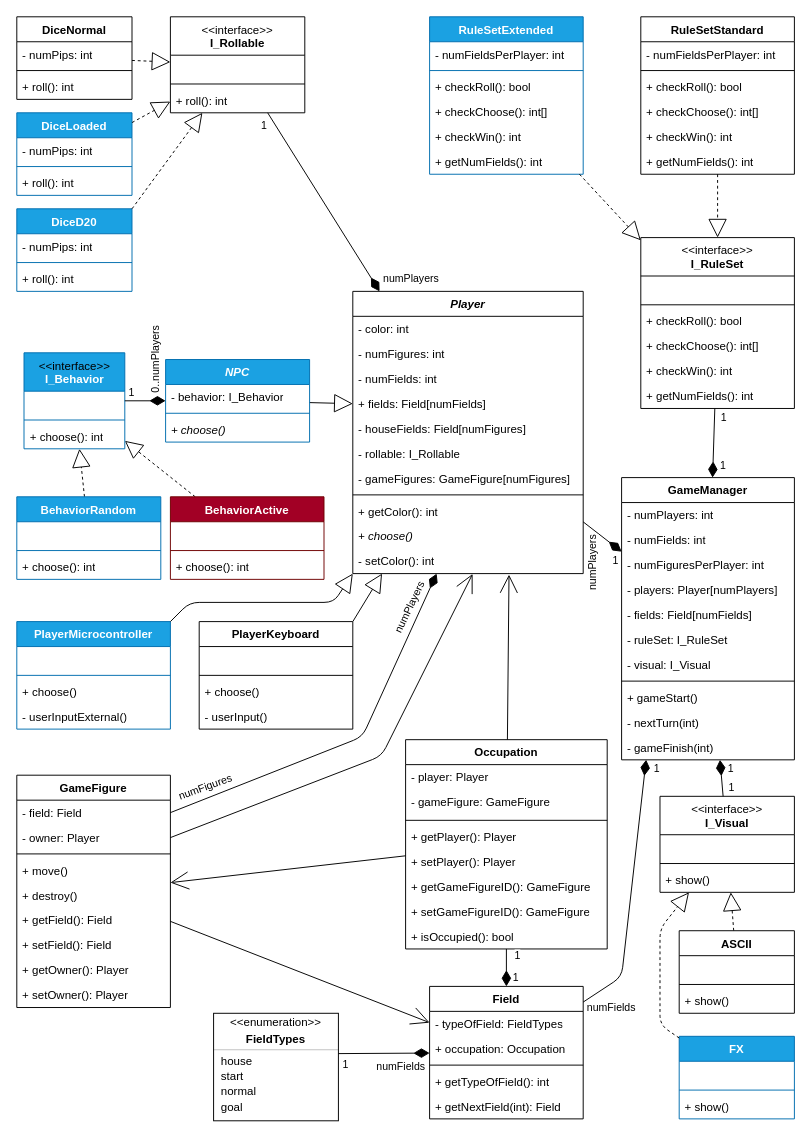
Chrisdroid8/EmbeddedSystems keeps this draw.io diagram as page "Seite-1" (1 of 2) of Rothe/diagramme/KlassendiagrammUML.drawio. Above is the earlier version. Source tidied: cells renumbered, new cells numbered last; positions are measured from the earlier drawing's top-left corner, leaving out a move shared by most shapes. Both pictures are drawn from the tidied source at 96%, with x=0, y=0 at pixel (16, 16).
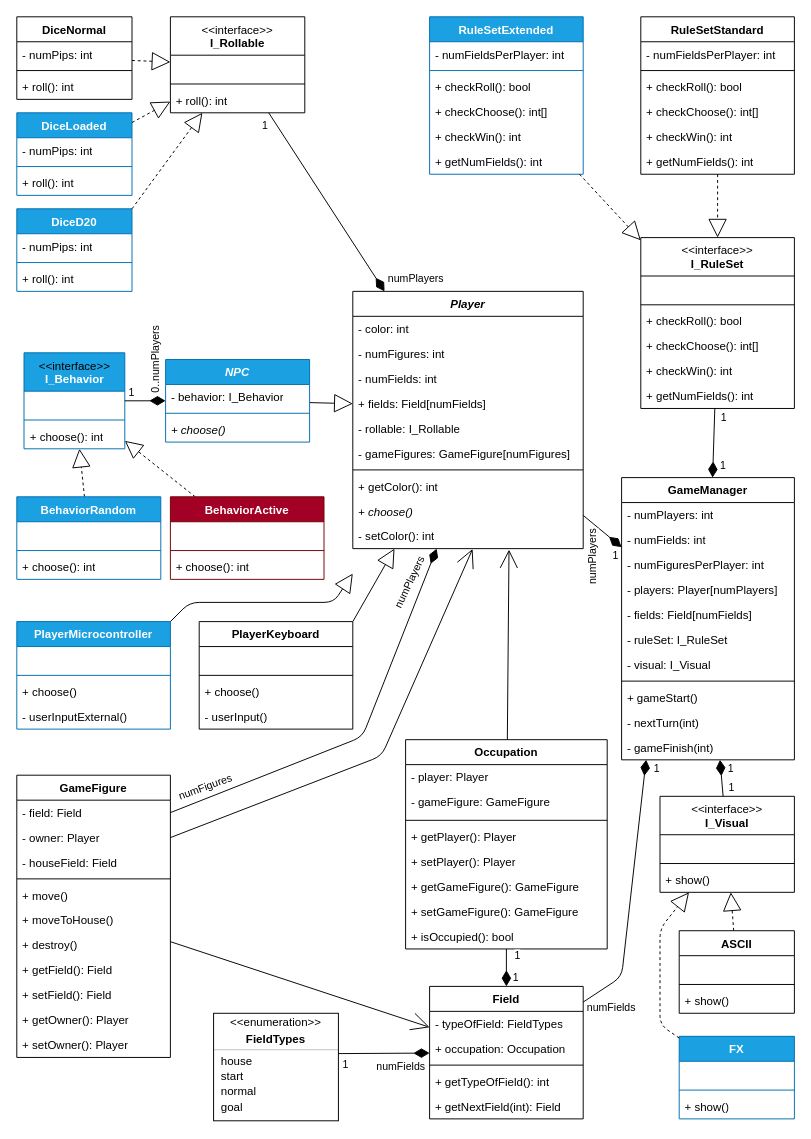
The same page after the edit.

Unchanged cells that the change refers to:
```xml
<mxCell id="106" value="Occupation" style="swimlane;fontStyle=1;align=center;verticalAlign=top;horizontal=1;startSize=26;whiteSpace=wrap;html=1;" parent="1" vertex="1">
  <mxGeometry x="405" y="753" width="210" height="218" as="geometry" />
</mxCell>
```

Change to the diagram source:
```diff
@@
     <mxCell id="6" value="&lt;i&gt;Player&lt;/i&gt;" style="swimlane;fontStyle=1;align=center;verticalAlign=top;horizontal=1;startSize=26;whiteSpace=wrap;html=1;swimlaneLine=1;glass=0;swimlaneFillColor=none;rounded=0;" parent="1" vertex="1">
-      <mxGeometry x="350" y="286" width="240" height="294" as="geometry" />
+      <mxGeometry x="350" y="286" width="240" height="268" as="geometry" />
     </mxCell>
@@
-    <mxCell id="11" value="- houseFields: Field[numFigures]" style="text;strokeColor=none;fillColor=none;align=left;verticalAlign=top;spacingLeft=4;spacingRight=4;overflow=hidden;whiteSpace=wrap;html=1;rounded=0;" parent="6" vertex="1">
-      <mxGeometry y="130" width="240" height="26" as="geometry" />
-    </mxCell>
     <mxCell id="12" value="- rollable: I_Rollable" style="text;strokeColor=none;fillColor=none;align=left;verticalAlign=top;spacingLeft=4;spacingRight=4;overflow=hidden;whiteSpace=wrap;html=1;rounded=0;" parent="6" vertex="1">
-      <mxGeometry y="156" width="240" height="26" as="geometry" />
+      <mxGeometry y="130" width="240" height="26" as="geometry" />
     </mxCell>
     <mxCell id="13" value="- gameFigures: GameFigure[numFigures]" style="text;strokeColor=none;fillColor=none;align=left;verticalAlign=top;spacingLeft=4;spacingRight=4;overflow=hidden;whiteSpace=wrap;html=1;rounded=0;" parent="6" vertex="1">
-      <mxGeometry y="182" width="240" height="26" as="geometry" />
+      <mxGeometry y="156" width="240" height="26" as="geometry" />
     </mxCell>
     <mxCell id="14" style="line;strokeWidth=1;fillColor=none;align=left;verticalAlign=middle;spacingTop=-1;spacingLeft=3;spacingRight=3;labelPosition=right;strokeColor=inherit;rounded=0;" parent="6" vertex="1">
-      <mxGeometry y="208" width="240" height="8" as="geometry" />
+      <mxGeometry y="182" width="240" height="8" as="geometry" />
     </mxCell>
     <mxCell id="15" value="+ getColor(): int" style="text;strokeColor=none;fillColor=none;align=left;verticalAlign=top;spacingLeft=4;spacingRight=4;overflow=hidden;whiteSpace=wrap;html=1;rounded=0;" parent="6" vertex="1">
-      <mxGeometry y="216" width="240" height="26" as="geometry" />
+      <mxGeometry y="190" width="240" height="26" as="geometry" />
     </mxCell>
     <mxCell id="16" value="&lt;i&gt;+ choose()&lt;/i&gt;" style="text;strokeColor=none;fillColor=none;align=left;verticalAlign=top;spacingLeft=4;spacingRight=4;overflow=hidden;whiteSpace=wrap;html=1;rounded=0;" parent="6" vertex="1">
-      <mxGeometry y="242" width="240" height="26" as="geometry" />
+      <mxGeometry y="216" width="240" height="26" as="geometry" />
     </mxCell>
     <mxCell id="17" value="- setColor(): int" style="text;strokeColor=none;fillColor=none;align=left;verticalAlign=top;spacingLeft=4;spacingRight=4;overflow=hidden;points=[[0,0.5],[1,0.5]];portConstraint=eastwest;whiteSpace=wrap;html=1;rounded=0;" parent="6" vertex="1">
-      <mxGeometry y="268" width="240" height="26" as="geometry" />
+      <mxGeometry y="242" width="240" height="26" as="geometry" />
     </mxCell>
@@
-    <mxCell id="112" value="+ getGameFigureID(): GameFigure" style="text;strokeColor=none;fillColor=none;align=left;verticalAlign=top;spacingLeft=4;spacingRight=4;overflow=hidden;whiteSpace=wrap;html=1;" parent="106" vertex="1">
+    <mxCell id="112" value="+ getGameFigure(): GameFigure" style="text;strokeColor=none;fillColor=none;align=left;verticalAlign=top;spacingLeft=4;spacingRight=4;overflow=hidden;whiteSpace=wrap;html=1;" parent="106" vertex="1">
       <mxGeometry y="140" width="210" height="26" as="geometry" />
     </mxCell>
-    <mxCell id="113" value="+ setGameFigureID(): GameFigure" style="text;strokeColor=none;fillColor=none;align=left;verticalAlign=top;spacingLeft=4;spacingRight=4;overflow=hidden;whiteSpace=wrap;html=1;" parent="106" vertex="1">
+    <mxCell id="113" value="+ setGameFigure(): GameFigure" style="text;strokeColor=none;fillColor=none;align=left;verticalAlign=top;spacingLeft=4;spacingRight=4;overflow=hidden;whiteSpace=wrap;html=1;" parent="106" vertex="1">
       <mxGeometry y="166" width="210" height="26" as="geometry" />
     </mxCell>
@@
     <mxCell id="115" value="GameFigure" style="swimlane;fontStyle=1;align=center;verticalAlign=top;horizontal=1;startSize=26;whiteSpace=wrap;html=1;" parent="1" vertex="1">
-      <mxGeometry y="790" width="160" height="242" as="geometry" />
+      <mxGeometry y="790" width="160" height="294" as="geometry" />
     </mxCell>
@@
+    <mxCell id="11" value="- houseField: Field" style="text;strokeColor=none;fillColor=none;align=left;verticalAlign=top;spacingLeft=4;spacingRight=4;overflow=hidden;whiteSpace=wrap;html=1;rounded=0;" parent="115" vertex="1">
+      <mxGeometry y="78" width="160" height="26" as="geometry" />
+    </mxCell>
     <mxCell id="118" style="line;strokeWidth=1;fillColor=none;align=left;verticalAlign=middle;spacingTop=-1;spacingLeft=3;spacingRight=3;labelPosition=right;strokeColor=inherit;" parent="115" vertex="1">
-      <mxGeometry y="78" width="160" height="8" as="geometry" />
+      <mxGeometry y="104" width="160" height="8" as="geometry" />
     </mxCell>
     <mxCell id="119" value="+ move()" style="text;strokeColor=none;fillColor=none;align=left;verticalAlign=top;spacingLeft=4;spacingRight=4;overflow=hidden;whiteSpace=wrap;html=1;" parent="115" vertex="1">
-      <mxGeometry y="86" width="160" height="26" as="geometry" />
+      <mxGeometry y="112" width="160" height="26" as="geometry" />
     </mxCell>
+    <mxCell id="178" value="+ moveToHouse()" style="text;strokeColor=none;fillColor=none;align=left;verticalAlign=top;spacingLeft=4;spacingRight=4;overflow=hidden;whiteSpace=wrap;html=1;" parent="115" vertex="1">
+      <mxGeometry y="138" width="160" height="26" as="geometry" />
+    </mxCell>
     <mxCell id="120" value="+ destroy()" style="text;strokeColor=none;fillColor=none;align=left;verticalAlign=top;spacingLeft=4;spacingRight=4;overflow=hidden;whiteSpace=wrap;html=1;" parent="115" vertex="1">
-      <mxGeometry y="112" width="160" height="26" as="geometry" />
+      <mxGeometry y="164" width="160" height="26" as="geometry" />
     </mxCell>
     <mxCell id="121" value="+ getField(): Field" style="text;strokeColor=none;fillColor=none;align=left;verticalAlign=top;spacingLeft=4;spacingRight=4;overflow=hidden;whiteSpace=wrap;html=1;" parent="115" vertex="1">
-      <mxGeometry y="138" width="160" height="26" as="geometry" />
+      <mxGeometry y="190" width="160" height="26" as="geometry" />
     </mxCell>
     <mxCell id="122" value="+ setField(): Field" style="text;strokeColor=none;fillColor=none;align=left;verticalAlign=top;spacingLeft=4;spacingRight=4;overflow=hidden;whiteSpace=wrap;html=1;" parent="115" vertex="1">
-      <mxGeometry y="164" width="160" height="26" as="geometry" />
+      <mxGeometry y="216" width="160" height="26" as="geometry" />
     </mxCell>
     <mxCell id="123" value="+ getOwner(): Player" style="text;strokeColor=none;fillColor=none;align=left;verticalAlign=top;spacingLeft=4;spacingRight=4;overflow=hidden;whiteSpace=wrap;html=1;" parent="115" vertex="1">
-      <mxGeometry y="190" width="160" height="26" as="geometry" />
+      <mxGeometry y="242" width="160" height="26" as="geometry" />
     </mxCell>
     <mxCell id="124" value="+ setOwner(): Player" style="text;strokeColor=none;fillColor=none;align=left;verticalAlign=top;spacingLeft=4;spacingRight=4;overflow=hidden;whiteSpace=wrap;html=1;" parent="115" vertex="1">
-      <mxGeometry y="216" width="160" height="26" as="geometry" />
+      <mxGeometry y="268" width="160" height="26" as="geometry" />
     </mxCell>
@@
-    <mxCell id="147" style="endArrow=open;html=1;rounded=0;endFill=0;endSize=16.9291;startArrow=none;startFill=0;startSize=16.141699999999997;" parent="1" edge="1" source="106" target="115">
-      <mxGeometry relative="1" as="geometry" />
-    </mxCell>
```
